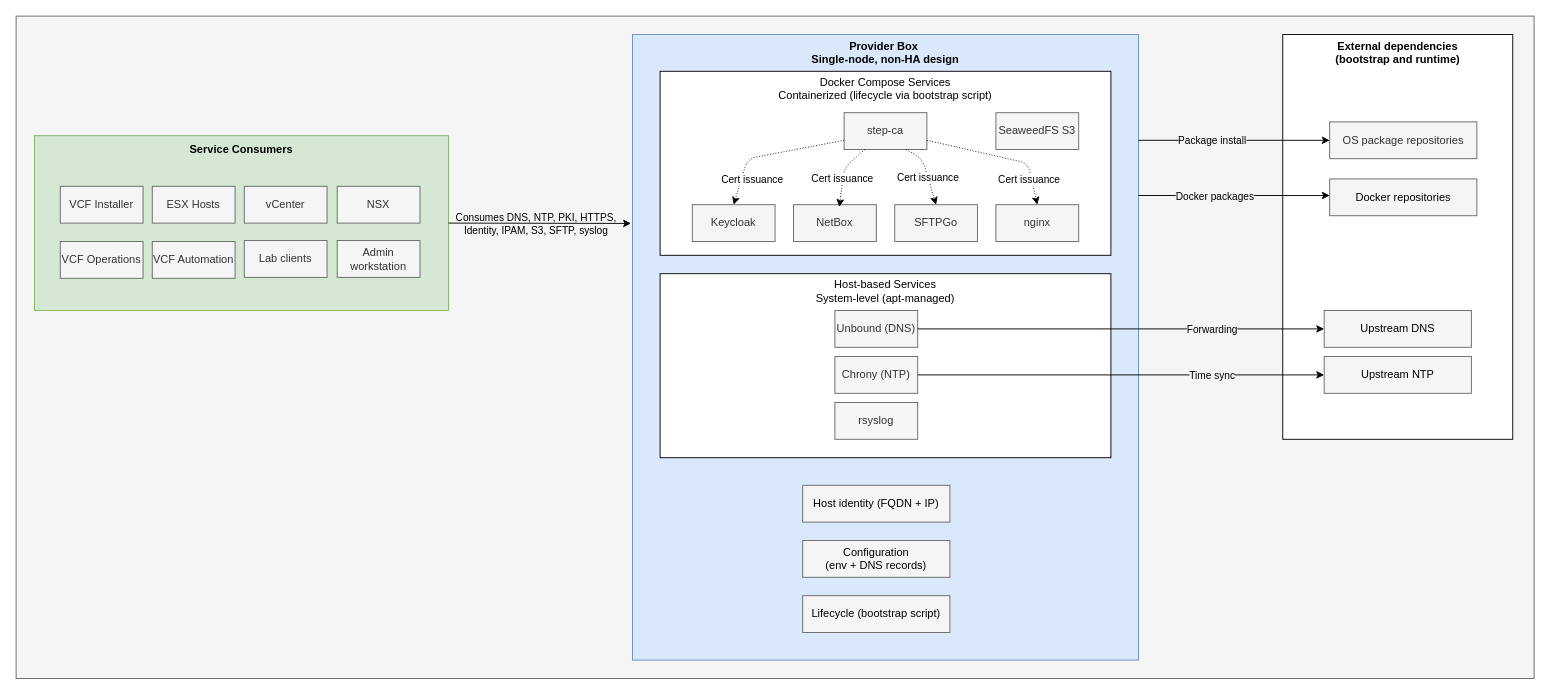
Before: docs/images/provider-box-overview.drawio in rutgerblom/provider-box, a draw.io diagram. Source tidied: cells renumbered, new cells numbered last; positions are measured from the earlier drawing's top-left corner, leaving out a move shared by most shapes. Both pictures are drawn from the tidied source at 92%, with x=0, y=0 at pixel (16, 16).
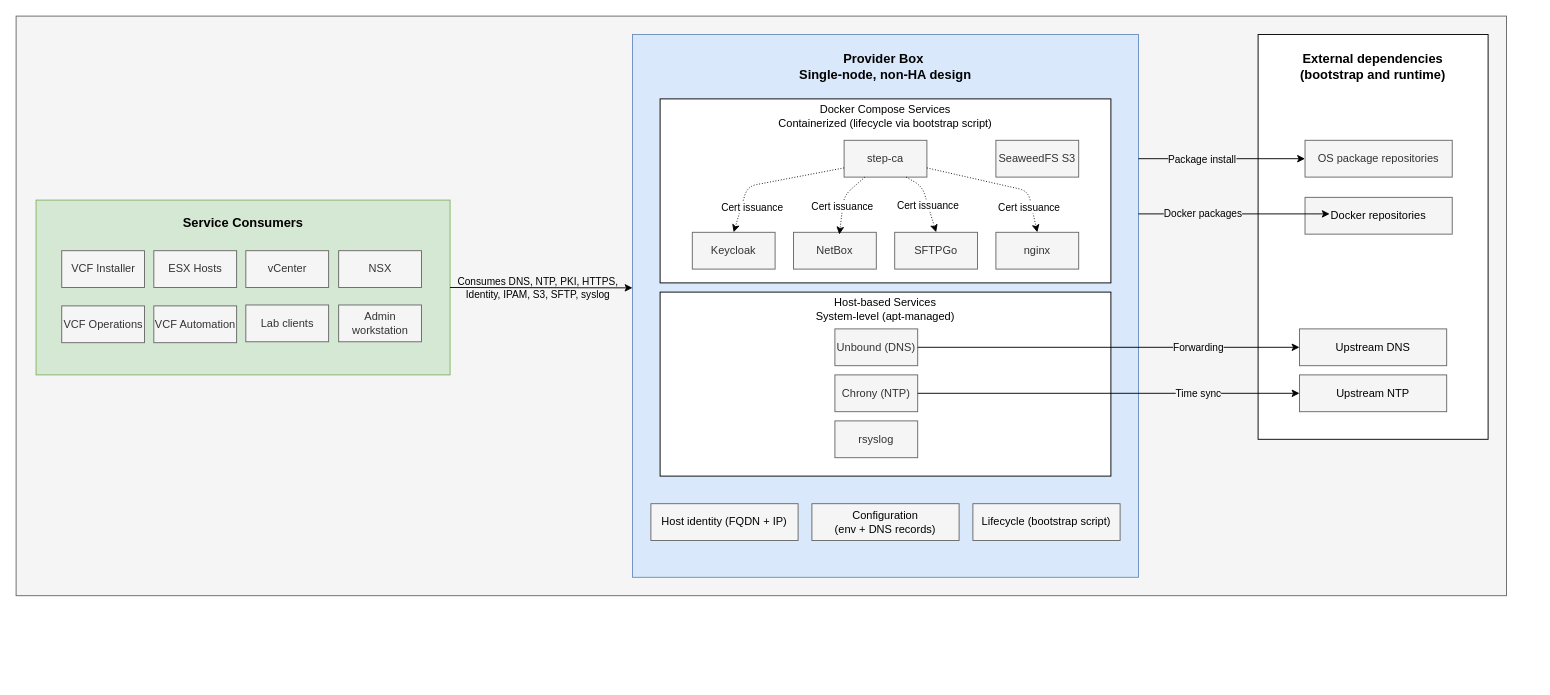
After the change.

Unchanged cells that the change refers to:
```xml
<mxCell id="36" style="endArrow=classic;html=1;rounded=0;exitX=1;exitY=0.5;exitDx=0;exitDy=0;entryX=0;entryY=0.5;entryDx=0;entryDy=0;" parent="1" edge="1" source="24" target="33">
  <mxGeometry relative="1" as="geometry" />
</mxCell>
<mxCell id="38" style="endArrow=classic;html=1;rounded=0;exitX=1;exitY=0.5;exitDx=0;exitDy=0;entryX=0;entryY=0.5;entryDx=0;entryDy=0;" parent="1" edge="1" source="25" target="35">
  <mxGeometry relative="1" as="geometry" />
</mxCell>
```

What changed in the source:
```diff
@@
     <mxCell id="2" style="rounded=0;whiteSpace=wrap;html=1;fillColor=#f5f5f5;strokeColor=#666666;fontColor=#333333;labelBackgroundColor=light-dark(#f5f5f5, #ededed);" parent="1" vertex="1">
-      <mxGeometry width="1650" height="720" as="geometry" />
+      <mxGeometry width="1620" height="630" as="geometry" />
     </mxCell>
     <mxCell id="3" style="rounded=0;whiteSpace=wrap;html=1;fillColor=#d5e8d4;strokeColor=#82b366;" parent="1" vertex="1">
-      <mxGeometry x="20" y="130" width="450" height="190" as="geometry" />
+      <mxGeometry x="21.7" y="200" width="450" height="190" as="geometry" />
     </mxCell>
     <mxCell id="4" style="rounded=0;whiteSpace=wrap;html=1;fillColor=#dae8fc;strokeColor=#6c8ebf;" parent="1" vertex="1">
-      <mxGeometry x="670" y="20" width="550" height="680" as="geometry" />
+      <mxGeometry x="670" y="20" width="550" height="590" as="geometry" />
     </mxCell>
-    <mxCell id="5" value="&lt;b&gt;Service Consumers&lt;/b&gt;" style="text;html=1;whiteSpace=wrap;strokeColor=none;fillColor=none;align=center;verticalAlign=middle;rounded=0;" parent="1" vertex="1">
-      <mxGeometry x="180" y="130" width="130" height="30" as="geometry" />
+    <mxCell id="5" value="&lt;b&gt;&lt;font style=&quot;font-size: 14px;&quot;&gt;Service Consumers&lt;/font&gt;&lt;/b&gt;" style="text;html=1;whiteSpace=wrap;strokeColor=none;fillColor=none;align=center;verticalAlign=middle;rounded=0;" parent="1" vertex="1">
+      <mxGeometry x="176.7" y="210" width="140" height="30" as="geometry" />
     </mxCell>
     <mxCell id="6" value="VCF Installer" style="rounded=0;whiteSpace=wrap;html=1;fillColor=#f5f5f5;fontColor=#333333;strokeColor=#666666;" parent="1" vertex="1">
-      <mxGeometry x="48" y="185" width="90" height="40" as="geometry" />
+      <mxGeometry x="49.6" y="255" width="90" height="40" as="geometry" />
     </mxCell>
     <mxCell id="7" value="ESX Hosts" style="rounded=0;whiteSpace=wrap;html=1;fillColor=#f5f5f5;fontColor=#333333;strokeColor=#666666;" parent="1" vertex="1">
-      <mxGeometry x="148" y="185" width="90" height="40" as="geometry" />
+      <mxGeometry x="149.7" y="255" width="90" height="40" as="geometry" />
     </mxCell>
     <mxCell id="8" value="vCenter" style="rounded=0;whiteSpace=wrap;html=1;fillColor=#f5f5f5;fontColor=#333333;strokeColor=#666666;" parent="1" vertex="1">
-      <mxGeometry x="248" y="185" width="90" height="40" as="geometry" />
+      <mxGeometry x="249.7" y="255" width="90" height="40" as="geometry" />
     </mxCell>
     <mxCell id="9" value="NSX" style="rounded=0;whiteSpace=wrap;html=1;fillColor=#f5f5f5;fontColor=#333333;strokeColor=#666666;" parent="1" vertex="1">
-      <mxGeometry x="349" y="185" width="90" height="40" as="geometry" />
+      <mxGeometry x="350.6" y="255" width="90" height="40" as="geometry" />
     </mxCell>
-    <mxCell id="10" value="&lt;b&gt;Provider Box&amp;nbsp;&lt;br&gt;Single-node, non-HA design&lt;/b&gt;" style="text;html=1;whiteSpace=wrap;strokeColor=none;fillColor=none;align=center;verticalAlign=middle;rounded=0;" parent="1" vertex="1">
-      <mxGeometry x="850" y="25" width="190" height="30" as="geometry" />
+    <mxCell id="10" value="&lt;b&gt;&lt;font style=&quot;font-size: 14px;&quot;&gt;Provider Box&amp;nbsp;&lt;br&gt;Single-node, non-HA design&lt;/font&gt;&lt;/b&gt;" style="text;html=1;whiteSpace=wrap;strokeColor=none;fillColor=none;align=center;verticalAlign=middle;rounded=0;" parent="1" vertex="1">
+      <mxGeometry x="850" y="40" width="190" height="30" as="geometry" />
     </mxCell>
     <mxCell id="11" style="rounded=0;whiteSpace=wrap;html=1;" parent="1" vertex="1">
-      <mxGeometry x="700" y="60" width="490" height="200" as="geometry" />
+      <mxGeometry x="700" y="90" width="490" height="200" as="geometry" />
     </mxCell>
     <mxCell id="12" value="step-ca" style="rounded=0;whiteSpace=wrap;html=1;fillColor=#f5f5f5;fontColor=#333333;strokeColor=#666666;" parent="1" vertex="1">
-      <mxGeometry x="900" y="105" width="90" height="40" as="geometry" />
+      <mxGeometry x="900" y="135" width="90" height="40" as="geometry" />
     </mxCell>
     <mxCell id="13" value="Keycloak" style="rounded=0;whiteSpace=wrap;html=1;fillColor=#f5f5f5;fontColor=#333333;strokeColor=#666666;" parent="1" vertex="1">
-      <mxGeometry x="735" y="205" width="90" height="40" as="geometry" />
+      <mxGeometry x="735" y="235" width="90" height="40" as="geometry" />
     </mxCell>
     <mxCell id="14" value="NetBox" style="rounded=0;whiteSpace=wrap;html=1;fillColor=#f5f5f5;fontColor=#333333;strokeColor=#666666;" parent="1" vertex="1">
-      <mxGeometry x="845" y="205" width="90" height="40" as="geometry" />
+      <mxGeometry x="845" y="235" width="90" height="40" as="geometry" />
     </mxCell>
     <mxCell id="15" value="SFTPGo" style="rounded=0;whiteSpace=wrap;html=1;fillColor=#f5f5f5;fontColor=#333333;strokeColor=#666666;" parent="1" vertex="1">
-      <mxGeometry x="955" y="205" width="90" height="40" as="geometry" />
+      <mxGeometry x="955" y="235" width="90" height="40" as="geometry" />
     </mxCell>
     <mxCell id="16" value="nginx" style="rounded=0;whiteSpace=wrap;html=1;fillColor=#f5f5f5;fontColor=#333333;strokeColor=#666666;" parent="1" vertex="1">
-      <mxGeometry x="1065" y="205" width="90" height="40" as="geometry" />
+      <mxGeometry x="1065" y="235" width="90" height="40" as="geometry" />
     </mxCell>
     <mxCell id="17" style="endArrow=classic;html=1;rounded=1;exitX=0;exitY=0.75;exitDx=0;exitDy=0;entryX=0.5;entryY=0;entryDx=0;entryDy=0;curved=0;dashed=1;dashPattern=1 2;" parent="1" edge="1" source="12" target="13">
       <mxGeometry relative="1" as="geometry">
         <Array as="points">
-          <mxPoint x="795" y="155" />
+          <mxPoint x="795" y="185" />
         </Array>
       </mxGeometry>
     </mxCell>
@@
     <mxCell id="19" style="endArrow=classic;html=1;rounded=1;exitX=0.75;exitY=1;exitDx=0;exitDy=0;entryX=0.5;entryY=0;entryDx=0;entryDy=0;curved=0;dashed=1;dashPattern=1 2;" parent="1" edge="1" source="12" target="15">
       <mxGeometry relative="1" as="geometry">
         <Array as="points">
-          <mxPoint x="985" y="155" />
+          <mxPoint x="985" y="185" />
         </Array>
       </mxGeometry>
     </mxCell>
@@
     <mxCell id="21" value="Docker Compose Services&lt;br&gt;Containerized (lifecycle via bootstrap script)" style="text;html=1;whiteSpace=wrap;strokeColor=none;fillColor=none;align=center;verticalAlign=middle;rounded=0;" parent="1" vertex="1">
-      <mxGeometry x="820" y="64" width="250" height="30" as="geometry" />
+      <mxGeometry x="820" y="94" width="250" height="30" as="geometry" />
     </mxCell>
     <mxCell id="22" style="rounded=0;whiteSpace=wrap;html=1;" parent="1" vertex="1">
-      <mxGeometry x="700" y="280" width="490" height="200" as="geometry" />
+      <mxGeometry x="700" y="300" width="490" height="200" as="geometry" />
     </mxCell>
     <mxCell id="23" value="Host-based Services&lt;br&gt;System-level (apt-managed)" style="text;html=1;whiteSpace=wrap;strokeColor=none;fillColor=none;align=center;verticalAlign=middle;rounded=0;" parent="1" vertex="1">
-      <mxGeometry x="850" y="284" width="190" height="30" as="geometry" />
+      <mxGeometry x="850" y="304" width="190" height="30" as="geometry" />
     </mxCell>
     <mxCell id="24" value="Unbound (DNS)" style="rounded=0;whiteSpace=wrap;html=1;fillColor=#f5f5f5;fontColor=#333333;strokeColor=#666666;" parent="1" vertex="1">
-      <mxGeometry x="890" y="320" width="90" height="40" as="geometry" />
+      <mxGeometry x="890" y="340" width="90" height="40" as="geometry" />
     </mxCell>
     <mxCell id="25" value="Chrony (NTP)" style="rounded=0;whiteSpace=wrap;html=1;fillColor=#f5f5f5;fontColor=#333333;strokeColor=#666666;" parent="1" vertex="1">
-      <mxGeometry x="890" y="370" width="90" height="40" as="geometry" />
+      <mxGeometry x="890" y="390" width="90" height="40" as="geometry" />
     </mxCell>
     <mxCell id="26" value="rsyslog" style="rounded=0;whiteSpace=wrap;html=1;fillColor=#f5f5f5;fontColor=#333333;strokeColor=#666666;" parent="1" vertex="1">
-      <mxGeometry x="890" y="420" width="90" height="40" as="geometry" />
+      <mxGeometry x="890" y="440" width="90" height="40" as="geometry" />
     </mxCell>
     <mxCell id="27" value="&lt;span style=&quot;color: rgb(0, 0, 0);&quot;&gt;Host identity (FQDN + IP)&lt;/span&gt;" style="rounded=0;whiteSpace=wrap;html=1;fillColor=#f5f5f5;fontColor=#333333;strokeColor=#666666;" parent="1" vertex="1">
-      <mxGeometry x="855" y="510" width="160" height="40" as="geometry" />
+      <mxGeometry x="690" y="530" width="160" height="40" as="geometry" />
     </mxCell>
     <mxCell id="28" value="&lt;span style=&quot;color: rgb(0, 0, 0);&quot;&gt;Configuration &lt;br&gt;(env + DNS records)&lt;/span&gt;" style="rounded=0;whiteSpace=wrap;html=1;fillColor=#f5f5f5;fontColor=#333333;strokeColor=#666666;" parent="1" vertex="1">
-      <mxGeometry x="855" y="570" width="160" height="40" as="geometry" />
+      <mxGeometry x="865" y="530" width="160" height="40" as="geometry" />
     </mxCell>
     <mxCell id="29" value="&lt;span style=&quot;color: rgb(0, 0, 0);&quot;&gt;Lifecycle (bootstrap script)&lt;/span&gt;" style="rounded=0;whiteSpace=wrap;html=1;fillColor=#f5f5f5;fontColor=#333333;strokeColor=#666666;" parent="1" vertex="1">
-      <mxGeometry x="855" y="630" width="160" height="40" as="geometry" />
+      <mxGeometry x="1040" y="530" width="160" height="40" as="geometry" />
     </mxCell>
     <mxCell id="30" style="rounded=0;whiteSpace=wrap;html=1;" parent="1" vertex="1">
-      <mxGeometry x="1376.8" y="20" width="250" height="440" as="geometry" />
+      <mxGeometry x="1350" y="20" width="250" height="440" as="geometry" />
     </mxCell>
-    <mxCell id="31" value="&lt;b&gt;External dependencies &lt;br&gt;(bootstrap and runtime)&lt;/b&gt;" style="text;html=1;whiteSpace=wrap;strokeColor=none;fillColor=none;align=center;verticalAlign=middle;rounded=0;" parent="1" vertex="1">
-      <mxGeometry x="1401.8" y="25" width="200" height="30" as="geometry" />
+    <mxCell id="31" value="&lt;b&gt;&lt;font style=&quot;font-size: 14px;&quot;&gt;External dependencies &lt;br&gt;(bootstrap and runtime)&lt;/font&gt;&lt;/b&gt;" style="text;html=1;whiteSpace=wrap;strokeColor=none;fillColor=none;align=center;verticalAlign=middle;rounded=0;" parent="1" vertex="1">
+      <mxGeometry x="1375" y="40" width="200" height="30" as="geometry" />
     </mxCell>
     <mxCell id="32" value="OS package repositories" style="rounded=0;whiteSpace=wrap;html=1;fillColor=#f5f5f5;fontColor=#333333;strokeColor=#666666;" parent="1" vertex="1">
-      <mxGeometry x="1427.8" y="115" width="160" height="40" as="geometry" />
+      <mxGeometry x="1401" y="135" width="160" height="40" as="geometry" />
     </mxCell>
     <mxCell id="33" value="&lt;span style=&quot;color: rgb(0, 0, 0);&quot;&gt;Upstream DNS&lt;/span&gt;" style="rounded=0;whiteSpace=wrap;html=1;fillColor=#f5f5f5;fontColor=#333333;strokeColor=#666666;" parent="1" vertex="1">
-      <mxGeometry x="1421.8" y="320" width="160" height="40" as="geometry" />
+      <mxGeometry x="1395" y="340" width="160" height="40" as="geometry" />
     </mxCell>
     <mxCell id="34" value="&lt;span style=&quot;color: rgb(0, 0, 0);&quot;&gt;Docker repositories&lt;/span&gt;" style="rounded=0;whiteSpace=wrap;html=1;fillColor=#f5f5f5;fontColor=#333333;strokeColor=#666666;" parent="1" vertex="1">
-      <mxGeometry x="1427.8" y="177" width="160" height="40" as="geometry" />
+      <mxGeometry x="1401" y="197" width="160" height="40" as="geometry" />
     </mxCell>
     <mxCell id="35" value="&lt;span style=&quot;color: rgb(0, 0, 0);&quot;&gt;Upstream NTP&lt;/span&gt;" style="rounded=0;whiteSpace=wrap;html=1;fillColor=#f5f5f5;fontColor=#333333;strokeColor=#666666;" parent="1" vertex="1">
-      <mxGeometry x="1421.8" y="370" width="160" height="40" as="geometry" />
+      <mxGeometry x="1395" y="390" width="160" height="40" as="geometry" />
     </mxCell>
@@
     <mxCell id="37" value="Forwarding" style="edgeLabel;html=1;align=center;verticalAlign=middle;labelBackgroundColor=light-dark(#f5f5f5, #ededed);" parent="36" vertex="1">
       <mxGeometry x="0.53" y="1" relative="1" as="geometry">
-        <mxPoint x="-19" y="1" as="offset" />
+        <mxPoint x="-13" y="1" as="offset" />
       </mxGeometry>
     </mxCell>
@@
     <mxCell id="39" value="Time sync" style="edgeLabel;html=1;align=center;verticalAlign=middle;labelBackgroundColor=light-dark(#f5f5f5, #ededed);" parent="38" vertex="1">
       <mxGeometry x="0.53" y="1" relative="1" as="geometry">
-        <mxPoint x="-19" y="1" as="offset" />
+        <mxPoint x="-13" y="1" as="offset" />
       </mxGeometry>
     </mxCell>
     <mxCell id="40" style="endArrow=classic;html=1;rounded=0;entryX=0;entryY=0.5;entryDx=0;entryDy=0;" parent="1" edge="1" target="32">
       <mxGeometry relative="1" as="geometry">
-        <mxPoint x="1220" y="135" as="sourcePoint" />
+        <mxPoint x="1220" y="155" as="sourcePoint" />
       </mxGeometry>
     </mxCell>
@@
     <mxCell id="42" style="endArrow=classic;html=1;rounded=0;entryX=0;entryY=0.5;entryDx=0;entryDy=0;" parent="1" edge="1">
       <mxGeometry relative="1" as="geometry">
-        <mxPoint x="1219.8" y="195" as="sourcePoint" />
-        <mxPoint x="1427.8" y="195" as="targetPoint" />
+        <mxPoint x="1219.8" y="215" as="sourcePoint" />
+        <mxPoint x="1427.8" y="215" as="targetPoint" />
       </mxGeometry>
     </mxCell>
     <mxCell id="43" value="Docker packages" style="edgeLabel;html=1;align=center;verticalAlign=middle;labelBackgroundColor=light-dark(#f5f5f5, #ededed);" parent="42" vertex="1">
-      <mxGeometry x="-0.2" relative="1" as="geometry" />
+      <mxGeometry x="-0.2" relative="1" as="geometry">
+        <mxPoint x="-13" y="-1" as="offset" />
+      </mxGeometry>
     </mxCell>
-    <mxCell id="44" style="endArrow=classic;html=1;rounded=0;exitX=1;exitY=0.5;exitDx=0;exitDy=0;entryX=-0.003;entryY=0.302;entryDx=0;entryDy=0;entryPerimeter=0;" parent="1" edge="1" source="3" target="4">
-      <mxGeometry relative="1" as="geometry" />
+    <mxCell id="44" style="endArrow=classic;html=1;rounded=0;exitX=1;exitY=0.5;exitDx=0;exitDy=0;entryX=-0.003;entryY=0.302;entryDx=0;entryDy=0;entryPerimeter=0;" parent="1" edge="1" source="3">
+      <mxGeometry relative="1" as="geometry">
+        <mxPoint x="670" y="295.4" as="targetPoint" />
+      </mxGeometry>
     </mxCell>
@@
     <mxCell id="46" value="VCF Operations" style="rounded=0;whiteSpace=wrap;html=1;fillColor=#f5f5f5;fontColor=#333333;strokeColor=#666666;" parent="1" vertex="1">
-      <mxGeometry x="48" y="245" width="90" height="40" as="geometry" />
+      <mxGeometry x="49.6" y="315" width="90" height="40" as="geometry" />
     </mxCell>
     <mxCell id="47" value="VCF Automation" style="rounded=0;whiteSpace=wrap;html=1;fillColor=#f5f5f5;fontColor=#333333;strokeColor=#666666;" parent="1" vertex="1">
-      <mxGeometry x="148" y="245" width="90" height="40" as="geometry" />
+      <mxGeometry x="149.7" y="315" width="90" height="40" as="geometry" />
     </mxCell>
     <mxCell id="48" value="Lab clients" style="rounded=0;whiteSpace=wrap;html=1;fillColor=#f5f5f5;fontColor=#333333;strokeColor=#666666;" parent="1" vertex="1">
-      <mxGeometry x="248" y="244" width="90" height="40" as="geometry" />
+      <mxGeometry x="249.7" y="314" width="90" height="40" as="geometry" />
     </mxCell>
     <mxCell id="49" value="Admin&lt;br&gt;workstation" style="rounded=0;whiteSpace=wrap;html=1;fillColor=#f5f5f5;fontColor=#333333;strokeColor=#666666;" parent="1" vertex="1">
-      <mxGeometry x="349" y="244" width="90" height="40" as="geometry" />
+      <mxGeometry x="350.6" y="314" width="90" height="40" as="geometry" />
     </mxCell>
     <mxCell id="50" value="SeaweedFS S3" style="rounded=0;whiteSpace=wrap;html=1;fillColor=#f5f5f5;fontColor=#333333;strokeColor=#666666;" parent="1" vertex="1">
-      <mxGeometry x="1065" y="105" width="90" height="40" as="geometry" />
+      <mxGeometry x="1065" y="135" width="90" height="40" as="geometry" />
     </mxCell>
     <mxCell id="51" style="endArrow=classic;html=1;rounded=1;exitX=0.25;exitY=1;exitDx=0;exitDy=0;entryX=0.554;entryY=0.06;entryDx=0;entryDy=0;curved=0;dashed=1;dashPattern=1 2;entryPerimeter=0;" parent="1" edge="1" source="12" target="14">
       <mxGeometry relative="1" as="geometry">
         <Array as="points">
-          <mxPoint x="900" y="165" />
+          <mxPoint x="900" y="195" />
         </Array>
       </mxGeometry>
     </mxCell>
@@
     <mxCell id="53" style="endArrow=classic;html=1;rounded=1;exitX=1;exitY=0.75;exitDx=0;exitDy=0;entryX=0.5;entryY=0;entryDx=0;entryDy=0;dashed=1;dashPattern=1 2;curved=0;" parent="1" edge="1" source="12" target="16">
       <mxGeometry relative="1" as="geometry">
         <Array as="points">
-          <mxPoint x="1100" y="160" />
+          <mxPoint x="1100" y="190" />
         </Array>
       </mxGeometry>
     </mxCell>
     <mxCell id="54" value="Cert issuance" style="edgeLabel;html=1;align=center;verticalAlign=middle;" parent="1" vertex="1">
-      <mxGeometry x="1100" y="177" as="geometry" />
+      <mxGeometry x="1100" y="207" as="geometry" />
     </mxCell>
```
